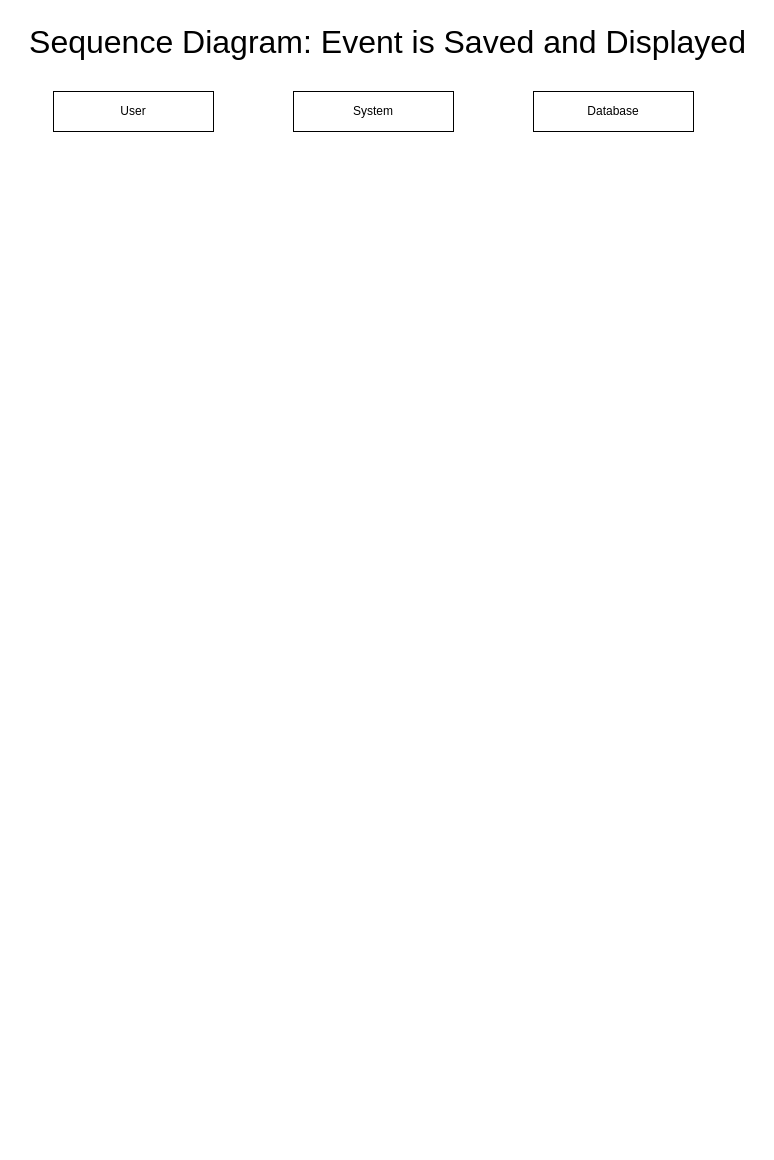
martintara/kaffeknekt keeps this draw.io diagram as diagrams/Sequence_Diagram.drawio. Above is the earlier version. Source tidied: cells renumbered, new cells numbered last; positions are measured from the earlier drawing's top-left corner, leaving out a move shared by most shapes. Both pictures are drawn from the tidied source at 100%, with x=0, y=0 at pixel (17, 17).
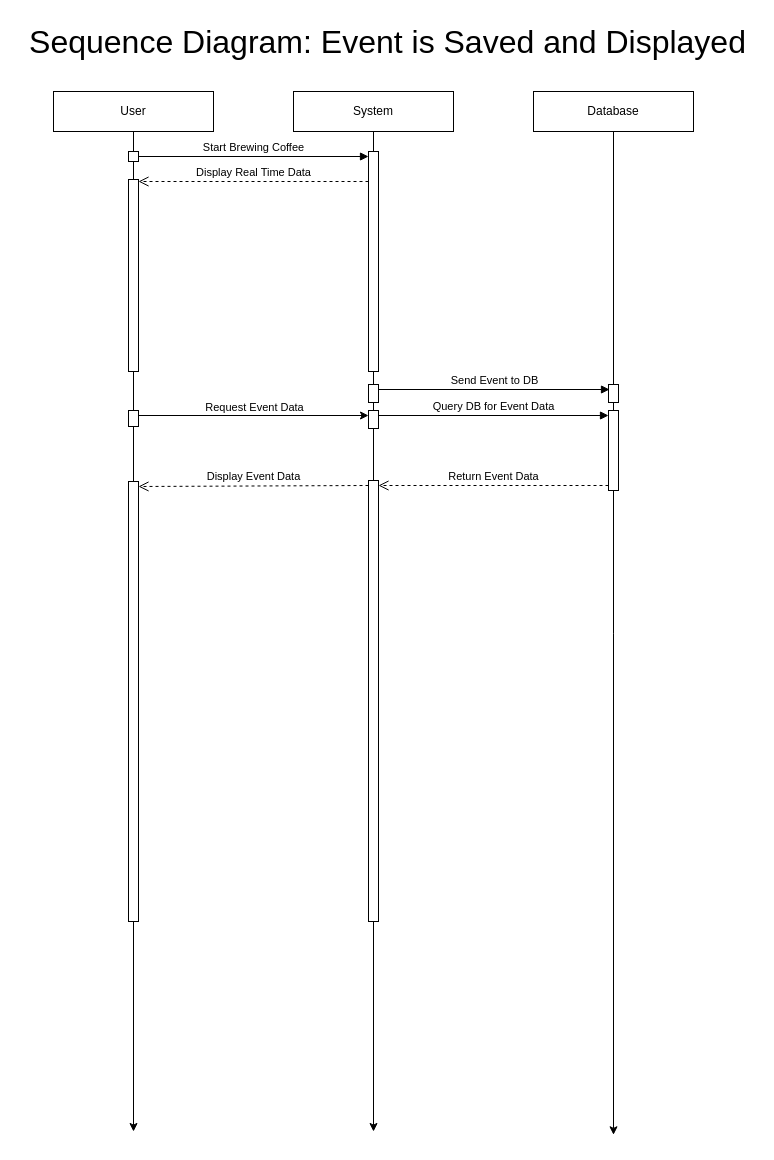
The same diagram, later.

The change refers to these unchanged cells:
```xml
<mxCell id="3" value="Database" style="rounded=0;whiteSpace=wrap;html=1;" parent="1" vertex="1">
  <mxGeometry x="516" y="74" width="160" height="40" as="geometry" />
</mxCell>
<mxCell id="4" value="User" style="rounded=0;whiteSpace=wrap;html=1;" parent="1" vertex="1">
  <mxGeometry x="36" y="74" width="160" height="40" as="geometry" />
</mxCell>
<mxCell id="5" value="System" style="rounded=0;whiteSpace=wrap;html=1;" parent="1" vertex="1">
  <mxGeometry x="276" y="74" width="160" height="40" as="geometry" />
</mxCell>
```

Change to the diagram source:
```diff
@@
+    <mxCell id="6" style="edgeStyle=orthogonalEdgeStyle;rounded=0;jettySize=auto;html=1;exitX=0.5;exitY=1;exitDx=0;exitDy=0;" parent="1" edge="1" source="3">
+      <mxGeometry relative="1" as="geometry">
+        <mxPoint x="596" y="1117.3" as="targetPoint" />
+      </mxGeometry>
+    </mxCell>
@@
+    <mxCell id="7" style="edgeStyle=orthogonalEdgeStyle;rounded=0;jettySize=auto;html=1;exitX=0.5;exitY=1;exitDx=0;exitDy=0;" parent="1" edge="1" source="4">
+      <mxGeometry relative="1" as="geometry">
+        <mxPoint x="116" y="1114" as="targetPoint" />
+      </mxGeometry>
+    </mxCell>
@@
+    <mxCell id="8" style="edgeStyle=orthogonalEdgeStyle;rounded=0;jettySize=auto;html=1;exitX=0.5;exitY=1;exitDx=0;exitDy=0;" parent="1" edge="1" source="5">
+      <mxGeometry relative="1" as="geometry">
+        <mxPoint x="356" y="1114" as="targetPoint" />
+      </mxGeometry>
+    </mxCell>
+    <mxCell id="9" style="html=1;points=[[0,0,0,0,5],[0,1,0,0,-5],[1,0,0,0,5],[1,1,0,0,-5]];perimeter=orthogonalPerimeter;outlineConnect=0;targetShapes=umlLifeline;portConstraint=eastwest;newEdgeStyle={&quot;curved&quot;:0,&quot;rounded&quot;:0};" parent="1" vertex="1">
+      <mxGeometry x="111" y="134" width="10" height="10" as="geometry" />
+    </mxCell>
+    <mxCell id="10" style="html=1;points=[[0,0,0,0,5],[0,1,0,0,-5],[1,0,0,0,5],[1,1,0,0,-5]];perimeter=orthogonalPerimeter;outlineConnect=0;targetShapes=umlLifeline;portConstraint=eastwest;newEdgeStyle={&quot;curved&quot;:0,&quot;rounded&quot;:0};" parent="1" vertex="1">
+      <mxGeometry x="351" y="134" width="10" height="220" as="geometry" />
+    </mxCell>
+    <mxCell id="11" value="Start Brewing Coffee" style="html=1;verticalAlign=bottom;endArrow=block;curved=0;rounded=0;entryX=0;entryY=0;entryDx=0;entryDy=5;exitX=1;exitY=0;exitDx=0;exitDy=5;exitPerimeter=0;" parent="1" edge="1" source="9" target="10">
+      <mxGeometry relative="1" as="geometry" />
+    </mxCell>
+    <mxCell id="12" style="html=1;points=[[0,0,0,0,5],[0,1,0,0,-5],[1,0,0,0,5],[1,1,0,0,-5]];perimeter=orthogonalPerimeter;outlineConnect=0;targetShapes=umlLifeline;portConstraint=eastwest;newEdgeStyle={&quot;curved&quot;:0,&quot;rounded&quot;:0};" parent="1" vertex="1">
+      <mxGeometry x="351" y="393" width="10" height="18" as="geometry" />
+    </mxCell>
+    <mxCell id="13" style="html=1;points=[[0,0,0,0,5],[0,1,0,0,-5],[1,0,0,0,5],[1,1,0,0,-5]];perimeter=orthogonalPerimeter;outlineConnect=0;targetShapes=umlLifeline;portConstraint=eastwest;newEdgeStyle={&quot;curved&quot;:0,&quot;rounded&quot;:0};" parent="1" vertex="1">
+      <mxGeometry x="591" y="393" width="10" height="80" as="geometry" />
+    </mxCell>
+    <mxCell id="14" value="Query DB for Event Data" style="html=1;verticalAlign=bottom;endArrow=block;curved=0;rounded=0;entryX=0;entryY=0;entryDx=0;entryDy=5;exitX=1;exitY=0;exitDx=0;exitDy=5;exitPerimeter=0;" parent="1" edge="1" source="12" target="13">
+      <mxGeometry relative="1" as="geometry" />
+    </mxCell>
+    <mxCell id="15" value="Return Event Data" style="html=1;verticalAlign=bottom;endArrow=open;dashed=1;endSize=8;curved=0;rounded=0;exitX=0;exitY=1;exitDx=0;exitDy=-5;entryX=1;entryY=0;entryDx=0;entryDy=5;entryPerimeter=0;" parent="1" edge="1" source="13" target="16">
+      <mxGeometry relative="1" as="geometry" />
+    </mxCell>
+    <mxCell id="16" style="html=1;points=[[0,0,0,0,5],[0,1,0,0,-5],[1,0,0,0,5],[1,1,0,0,-5]];perimeter=orthogonalPerimeter;outlineConnect=0;targetShapes=umlLifeline;portConstraint=eastwest;newEdgeStyle={&quot;curved&quot;:0,&quot;rounded&quot;:0};" parent="1" vertex="1">
+      <mxGeometry x="351" y="463" width="10" height="441" as="geometry" />
+    </mxCell>
+    <mxCell id="17" style="html=1;points=[[0,0,0,0,5],[0,1,0,0,-5],[1,0,0,0,5],[1,1,0,0,-5]];perimeter=orthogonalPerimeter;outlineConnect=0;targetShapes=umlLifeline;portConstraint=eastwest;newEdgeStyle={&quot;curved&quot;:0,&quot;rounded&quot;:0};" parent="1" vertex="1">
+      <mxGeometry x="111" y="464" width="10" height="440" as="geometry" />
+    </mxCell>
+    <mxCell id="18" style="html=1;points=[[0,0,0,0,5],[0,1,0,0,-5],[1,0,0,0,5],[1,1,0,0,-5]];perimeter=orthogonalPerimeter;outlineConnect=0;targetShapes=umlLifeline;portConstraint=eastwest;newEdgeStyle={&quot;curved&quot;:0,&quot;rounded&quot;:0};" parent="1" vertex="1">
+      <mxGeometry x="111" y="393" width="10" height="16" as="geometry" />
+    </mxCell>
+    <mxCell id="19" value="Display Event Data" style="html=1;verticalAlign=bottom;endArrow=open;dashed=1;endSize=8;curved=0;rounded=0;exitX=0;exitY=0;exitDx=0;exitDy=5;entryX=1;entryY=0;entryDx=0;entryDy=5;entryPerimeter=0;exitPerimeter=0;" parent="1" edge="1" source="16" target="17">
+      <mxGeometry relative="1" as="geometry" />
+    </mxCell>
+    <mxCell id="20" style="html=1;points=[[0,0,0,0,5],[0,1,0,0,-5],[1,0,0,0,5],[1,1,0,0,-5]];perimeter=orthogonalPerimeter;outlineConnect=0;targetShapes=umlLifeline;portConstraint=eastwest;newEdgeStyle={&quot;curved&quot;:0,&quot;rounded&quot;:0};" parent="1" vertex="1">
+      <mxGeometry x="351" y="367" width="10" height="18" as="geometry" />
+    </mxCell>
+    <mxCell id="21" value="Send Event to DB" style="html=1;verticalAlign=bottom;endArrow=block;curved=0;rounded=0;entryX=0;entryY=0;entryDx=0;entryDy=5;exitX=1;exitY=0;exitDx=0;exitDy=5;exitPerimeter=0;" parent="1" edge="1" source="20">
+      <mxGeometry relative="1" as="geometry">
+        <mxPoint x="592" y="372" as="targetPoint" />
+      </mxGeometry>
+    </mxCell>
+    <mxCell id="22" style="html=1;perimeter=orthogonalPerimeter;targetShapes=umlLifeline;newEdgeStyle={&quot;curved&quot;:0,&quot;rounded&quot;:0};" parent="1" vertex="1">
+      <mxGeometry x="591" y="367" width="10" height="18" as="geometry" />
+    </mxCell>
+    <mxCell id="23" style="edgeStyle=orthogonalEdgeStyle;rounded=0;jettySize=auto;html=1;curved=0;exitX=1;exitY=0;exitDx=0;exitDy=5;exitPerimeter=0;entryX=0;entryY=0;entryDx=0;entryDy=5;entryPerimeter=0;" parent="1" edge="1" source="18" target="12">
+      <mxGeometry relative="1" as="geometry" />
+    </mxCell>
+    <mxCell id="24" value="Request Event Data" style="edgeLabel;html=1;align=center;verticalAlign=middle;" parent="23" vertex="1">
+      <mxGeometry x="-0.01" y="-1" relative="1" as="geometry">
+        <mxPoint x="1" y="-10" as="offset" />
+      </mxGeometry>
+    </mxCell>
+    <mxCell id="25" style="html=1;perimeter=orthogonalPerimeter;targetShapes=umlLifeline;newEdgeStyle={&quot;curved&quot;:0,&quot;rounded&quot;:0};" parent="1" vertex="1">
+      <mxGeometry x="111" y="162" width="10" height="192" as="geometry" />
+    </mxCell>
+    <mxCell id="26" value="Display Real Time Data" style="html=1;verticalAlign=bottom;endArrow=open;dashed=1;endSize=8;curved=0;rounded=0;exitX=0;exitY=1;exitDx=0;exitDy=-5;entryX=1;entryY=0;entryDx=0;entryDy=5;entryPerimeter=0;" parent="1" edge="1">
+      <mxGeometry relative="1" as="geometry">
+        <mxPoint x="351" y="164" as="sourcePoint" />
+        <mxPoint x="121" y="164" as="targetPoint" />
+      </mxGeometry>
+    </mxCell>
```
